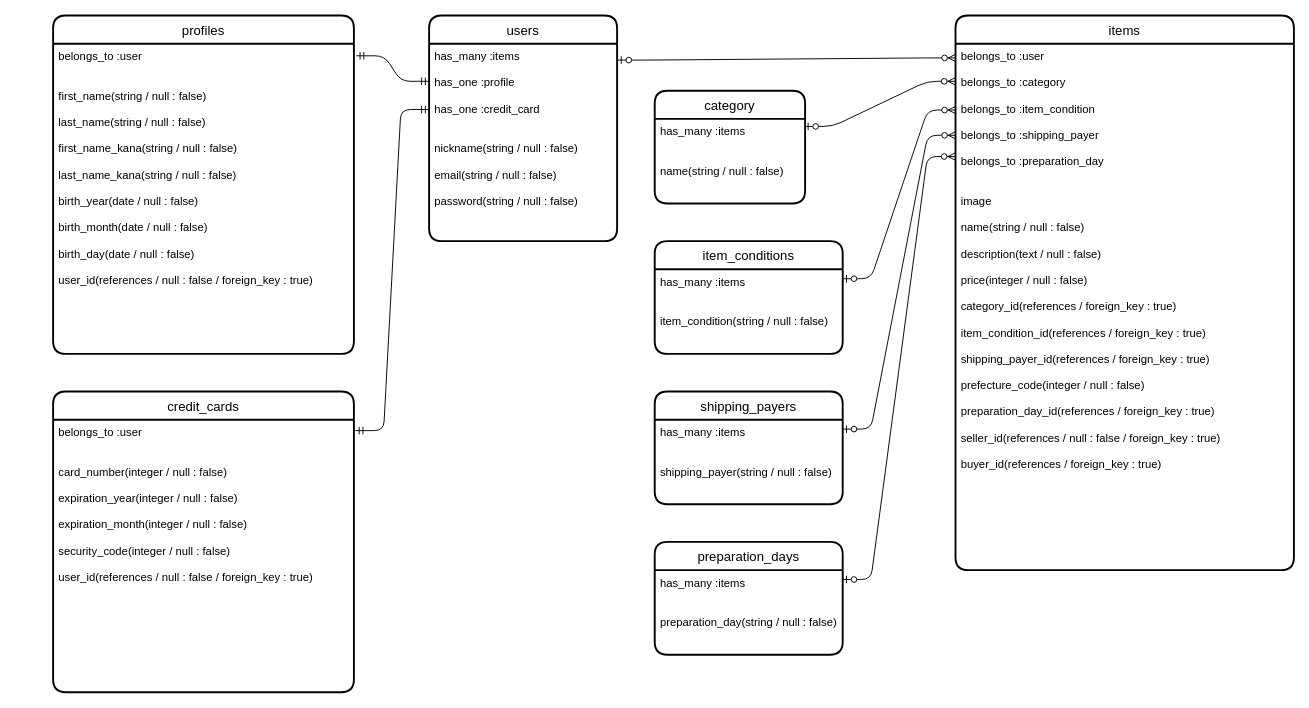
Above: 名称未設定ファイル.drawio in zakinicof/training_curriculum (draw.io), before the change. Source tidied: cells renumbered, new cells numbered last; positions are measured from the earlier drawing's top-left corner, leaving out a move shared by most shapes. Both pictures are drawn from the tidied source at 94%, with x=0, y=0 at pixel (53, 15).
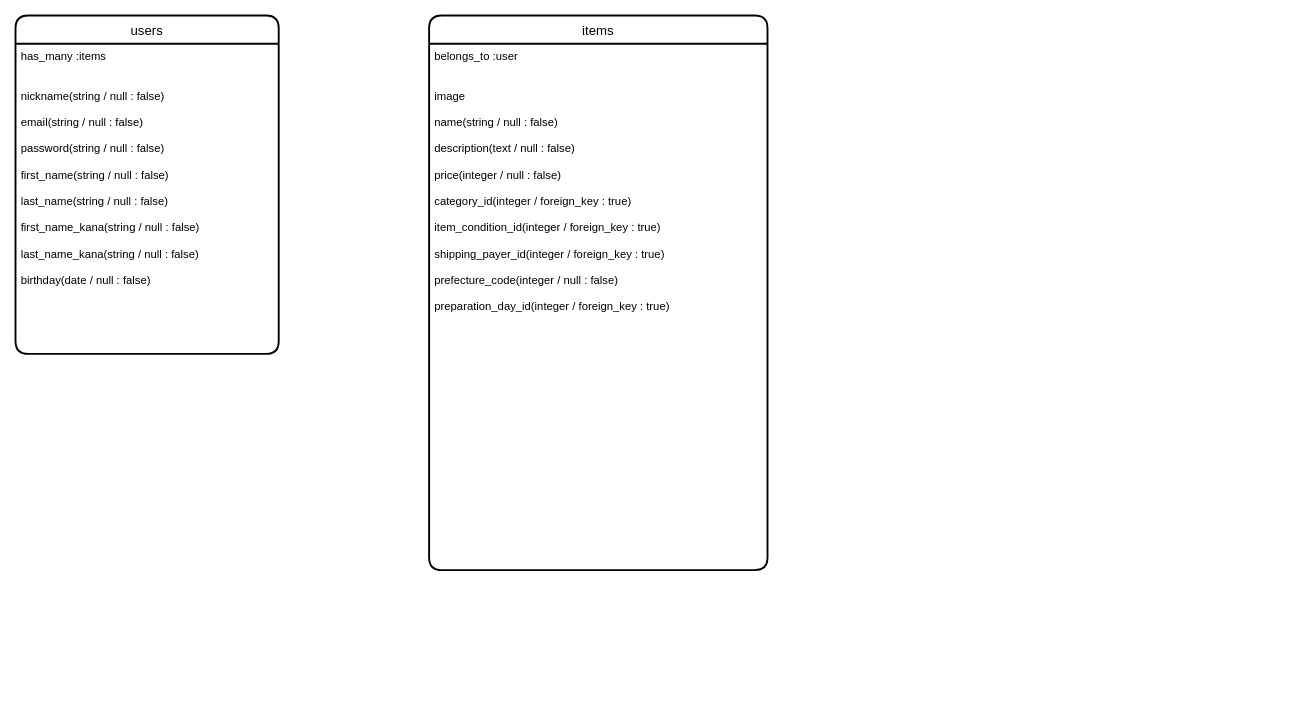
The same diagram, later.

Commit message:
名称未設定ファイル.drawio を更新します

Diff of the diagram source:
```diff
@@
     <mxCell id="2" value="users" style="swimlane;horizontal=1;startSize=30;rounded=1;fontSize=14;fontStyle=0;strokeWidth=2;shadow=0;dashed=0;align=center;" parent="1" vertex="1">
-      <mxGeometry x="400" width="200" height="240" as="geometry" />
+      <mxGeometry x="-40" width="280" height="360" as="geometry" />
     </mxCell>
-    <mxCell id="3" value="has_many :items&#10;&#10;has_one :profile&#10;&#10;has_one :credit_card&#10;&#10;&#10;nickname(string / null : false)&#10;&#10;email(string / null : false)&#10;&#10;password(string / null : false)&#10;" style="align=left;strokeColor=none;fillColor=none;spacingLeft=4;fontSize=12;verticalAlign=top;" parent="2" vertex="1">
-      <mxGeometry y="30" width="200" height="210" as="geometry" />
+    <mxCell id="3" value="has_many :items&#10;&#10;&#10;nickname(string / null : false)&#10;&#10;email(string / null : false)&#10;&#10;password(string / null : false)&#10;&#10;first_name(string / null : false)&#10;&#10;last_name(string / null : false)&#10;&#10;first_name_kana(string / null : false)&#10;&#10;last_name_kana(string / null : false)&#10;&#10;birthday(date / null : false)&#10;" style="align=left;strokeColor=none;fillColor=none;spacingLeft=4;fontSize=12;verticalAlign=top;" parent="2" vertex="1">
+      <mxGeometry y="30" width="280" height="330" as="geometry" />
     </mxCell>
     <mxCell id="4" value="items" style="swimlane;horizontal=1;startSize=30;rounded=1;fontSize=14;fontStyle=0;strokeWidth=2;shadow=0;dashed=0;align=center;" parent="1" vertex="1">
-      <mxGeometry x="960" width="360" height="590" as="geometry" />
+      <mxGeometry x="400" width="360" height="590" as="geometry" />
     </mxCell>
-    <mxCell id="5" value="belongs_to :user&#10;&#10;belongs_to :category&#10;&#10;belongs_to :item_condition&#10;&#10;belongs_to :shipping_payer&#10;&#10;belongs_to :preparation_day&#10;&#10;&#10;image&#10;&#10;name(string / null : false)&#10;&#10;description(text / null : false)&#10;&#10;price(integer / null : false)&#10;&#10;category_id(references / foreign_key : true)&#10;&#10;item_condition_id(references / foreign_key : true)&#10;&#10;shipping_payer_id(references / foreign_key : true)&#10;&#10;prefecture_code(integer / null : false)&#10;&#10;preparation_day_id(references / foreign_key : true)&#10;&#10;seller_id(references / null : false / foreign_key : true)&#10;&#10;buyer_id(references / foreign_key : true)&#10;&#10;&#10;&#10;&#10;&#10;" style="align=left;strokeColor=none;fillColor=none;spacingLeft=4;fontSize=12;verticalAlign=top;" parent="4" vertex="1">
+    <mxCell id="5" value="belongs_to :user&#10;&#10;&#10;image&#10;&#10;name(string / null : false)&#10;&#10;description(text / null : false)&#10;&#10;price(integer / null : false)&#10;&#10;category_id(integer / foreign_key : true)&#10;&#10;item_condition_id(integer / foreign_key : true)&#10;&#10;shipping_payer_id(integer / foreign_key : true)&#10;&#10;prefecture_code(integer / null : false)&#10;&#10;preparation_day_id(integer / foreign_key : true)&#10;&#10;&#10;&#10;&#10;&#10;&#10;" style="align=left;strokeColor=none;fillColor=none;spacingLeft=4;fontSize=12;verticalAlign=top;" parent="4" vertex="1">
       <mxGeometry y="30" width="360" height="560" as="geometry" />
     </mxCell>
-    <mxCell id="6" value="profiles" style="swimlane;horizontal=1;startSize=30;rounded=1;fontSize=14;fontStyle=0;strokeWidth=2;shadow=0;dashed=0;align=center;" parent="1" vertex="1">
-      <mxGeometry width="320" height="360" as="geometry" />
-    </mxCell>
-    <mxCell id="7" value="belongs_to :user&#10;&#10;&#10;first_name(string / null : false)&#10;&#10;last_name(string / null : false)&#10;&#10;first_name_kana(string / null : false)&#10;&#10;last_name_kana(string / null : false)&#10;&#10;birth_year(date / null : false)&#10;&#10;birth_month(date / null : false)&#10;&#10;birth_day(date / null : false)&#10;&#10;user_id(references / null : false / foreign_key : true)&#10;" style="align=left;strokeColor=none;fillColor=none;spacingLeft=4;fontSize=12;verticalAlign=top;" parent="6" vertex="1">
-      <mxGeometry y="30" width="320" height="330" as="geometry" />
-    </mxCell>
-    <mxCell id="8" value="credit_cards" style="swimlane;horizontal=1;startSize=30;rounded=1;fontSize=14;fontStyle=0;strokeWidth=2;shadow=0;dashed=0;align=center;" parent="1" vertex="1">
-      <mxGeometry y="400" width="320" height="320" as="geometry" />
-    </mxCell>
-    <mxCell id="9" value="belongs_to :user&#10;&#10;&#10;card_number(integer / null : false)&#10; &#10;expiration_year(integer / null : false)&#10;&#10;expiration_month(integer / null : false)&#10;&#10;security_code(integer / null : false)&#10;&#10;user_id(references / null : false / foreign_key : true)" style="align=left;strokeColor=none;fillColor=none;spacingLeft=4;fontSize=12;verticalAlign=top;" parent="8" vertex="1">
-      <mxGeometry y="30" width="320" height="290" as="geometry" />
-    </mxCell>
-    <mxCell id="10" value="category" style="swimlane;horizontal=1;startSize=30;rounded=1;fontSize=14;fontStyle=0;strokeWidth=2;shadow=0;dashed=0;align=center;" parent="1" vertex="1">
-      <mxGeometry x="640" y="80" width="160" height="120" as="geometry" />
-    </mxCell>
-    <mxCell id="11" value="has_many :items&#10;&#10;&#10;name(string / null : false)" style="align=left;strokeColor=none;fillColor=none;spacingLeft=4;fontSize=12;verticalAlign=top;" parent="10" vertex="1">
-      <mxGeometry y="30" width="160" height="90" as="geometry" />
-    </mxCell>
-    <mxCell id="12" value="item_conditions" style="swimlane;horizontal=1;startSize=30;rounded=1;fontSize=14;fontStyle=0;strokeWidth=2;shadow=0;dashed=0;align=center;" parent="1" vertex="1">
-      <mxGeometry x="640" y="240" width="200" height="120" as="geometry" />
-    </mxCell>
-    <mxCell id="13" value="has_many :items&#10;&#10;&#10;item_condition(string / null : false)" style="align=left;strokeColor=none;fillColor=none;spacingLeft=4;fontSize=12;verticalAlign=top;" parent="12" vertex="1">
-      <mxGeometry y="30" width="200" height="90" as="geometry" />
-    </mxCell>
-    <mxCell id="14" value="shipping_payers" style="swimlane;horizontal=1;startSize=30;rounded=1;fontSize=14;fontStyle=0;strokeWidth=2;shadow=0;dashed=0;align=center;" parent="1" vertex="1">
-      <mxGeometry x="640" y="400" width="200" height="120" as="geometry" />
-    </mxCell>
-    <mxCell id="15" value="has_many :items&#10;&#10;&#10;shipping_payer(string / null : false)" style="align=left;strokeColor=none;fillColor=none;spacingLeft=4;fontSize=12;verticalAlign=top;" parent="14" vertex="1">
-      <mxGeometry y="30" width="200" height="90" as="geometry" />
-    </mxCell>
-    <mxCell id="16" value="preparation_days" style="swimlane;horizontal=1;startSize=30;rounded=1;fontSize=14;fontStyle=0;strokeWidth=2;shadow=0;dashed=0;align=center;" parent="1" vertex="1">
-      <mxGeometry x="640" y="560" width="200" height="120" as="geometry" />
-    </mxCell>
-    <mxCell id="17" value="has_many :items&#10;&#10;&#10;preparation_day(string / null : false)" style="align=left;strokeColor=none;fillColor=none;spacingLeft=4;fontSize=12;verticalAlign=top;" parent="16" vertex="1">
-      <mxGeometry y="30" width="200" height="90" as="geometry" />
-    </mxCell>
-    <mxCell id="18" style="edgeStyle=entityRelationEdgeStyle;fontSize=12;html=1;endArrow=ERzeroToMany;startArrow=ERzeroToOne;entryX=0.001;entryY=0.027;entryDx=0;entryDy=0;entryPerimeter=0;exitX=1.002;exitY=0.083;exitDx=0;exitDy=0;exitPerimeter=0;" parent="1" edge="1" source="3" target="5">
-      <mxGeometry relative="1" as="geometry" />
-    </mxCell>
-    <mxCell id="19" style="edgeStyle=entityRelationEdgeStyle;fontSize=12;html=1;endArrow=ERmandOne;startArrow=ERmandOne;exitX=1.008;exitY=0.039;exitDx=0;exitDy=0;exitPerimeter=0;" parent="1" edge="1" source="7">
-      <mxGeometry relative="1" as="geometry">
-        <mxPoint x="400" y="70" as="targetPoint" />
-      </mxGeometry>
-    </mxCell>
-    <mxCell id="20" style="edgeStyle=entityRelationEdgeStyle;fontSize=12;html=1;endArrow=ERmandOne;startArrow=ERmandOne;exitX=1.005;exitY=0.04;exitDx=0;exitDy=0;exitPerimeter=0;" parent="1" edge="1" source="9">
-      <mxGeometry relative="1" as="geometry">
-        <mxPoint x="400" y="100" as="targetPoint" />
-      </mxGeometry>
-    </mxCell>
-    <mxCell id="21" style="edgeStyle=entityRelationEdgeStyle;fontSize=12;html=1;endArrow=ERzeroToMany;startArrow=ERzeroToOne;exitX=0.995;exitY=0.089;exitDx=0;exitDy=0;exitPerimeter=0;" parent="1" edge="1" source="11">
-      <mxGeometry relative="1" as="geometry">
-        <mxPoint x="960" y="70" as="targetPoint" />
-      </mxGeometry>
-    </mxCell>
-    <mxCell id="22" style="edgeStyle=entityRelationEdgeStyle;fontSize=12;html=1;endArrow=ERzeroToMany;startArrow=ERzeroToOne;entryX=0.001;entryY=0.126;entryDx=0;entryDy=0;entryPerimeter=0;" parent="1" edge="1" target="5">
-      <mxGeometry relative="1" as="geometry">
-        <mxPoint x="840" y="280" as="sourcePoint" />
-      </mxGeometry>
-    </mxCell>
-    <mxCell id="23" style="edgeStyle=entityRelationEdgeStyle;fontSize=12;html=1;endArrow=ERzeroToMany;startArrow=ERzeroToOne;entryX=0.001;entryY=0.174;entryDx=0;entryDy=0;entryPerimeter=0;" parent="1" edge="1" target="5">
-      <mxGeometry relative="1" as="geometry">
-        <mxPoint x="840" y="440" as="sourcePoint" />
-      </mxGeometry>
-    </mxCell>
-    <mxCell id="24" style="edgeStyle=entityRelationEdgeStyle;fontSize=12;html=1;endArrow=ERzeroToMany;startArrow=ERzeroToOne;" parent="1" edge="1">
-      <mxGeometry relative="1" as="geometry">
-        <mxPoint x="840" y="600" as="sourcePoint" />
-        <mxPoint x="960" y="150" as="targetPoint" />
-      </mxGeometry>
-    </mxCell>
```
